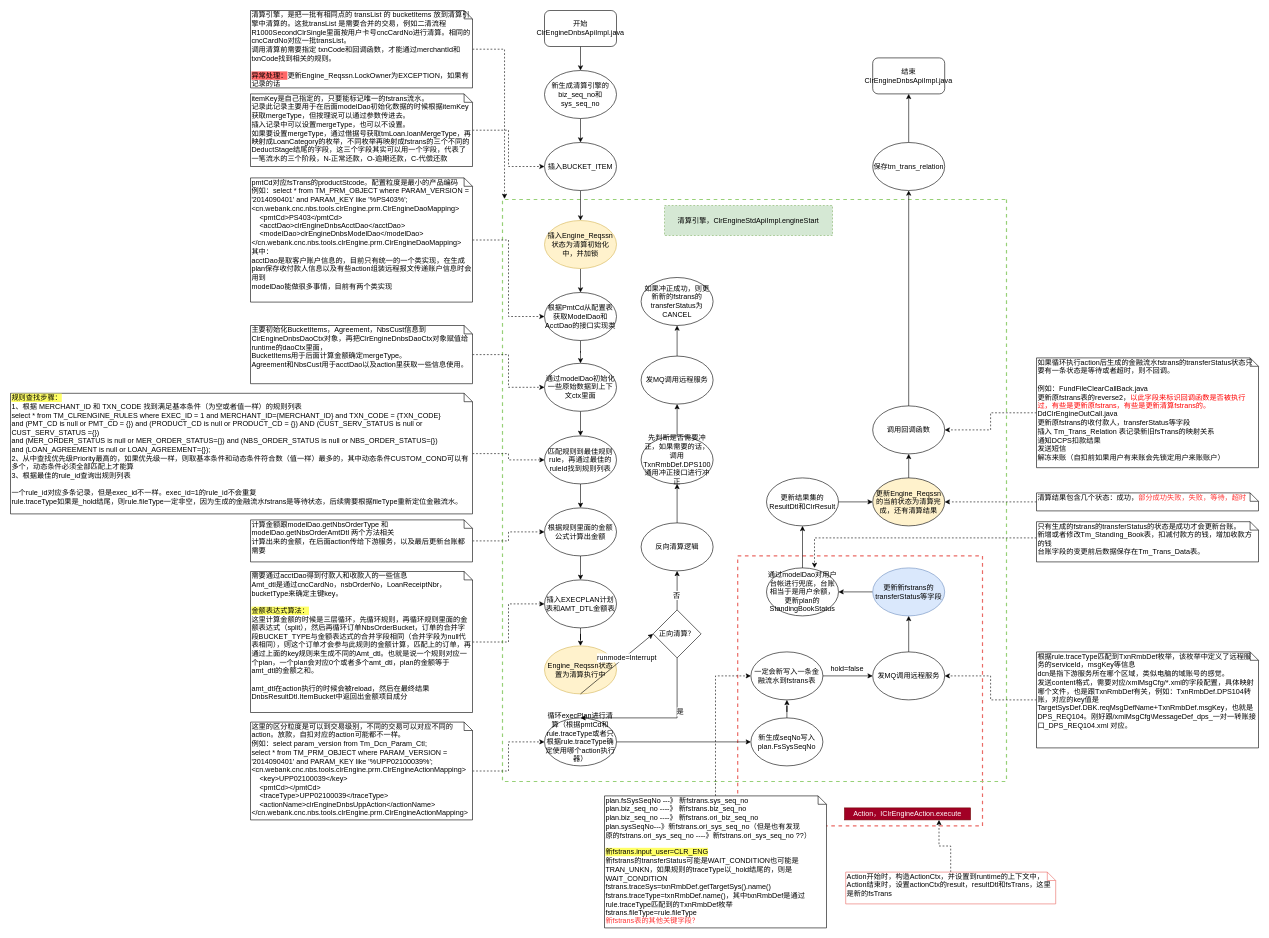
This is 清算引擎.drawio from staconfree/design, a draw.io file, before an edit. Source tidied: cells renumbered, new cells numbered last; positions are measured from the earlier drawing's top-left corner, leaving out a move shared by most shapes. Both pictures are drawn from the tidied source at 60%, with x=0, y=0 at pixel (10, 10).
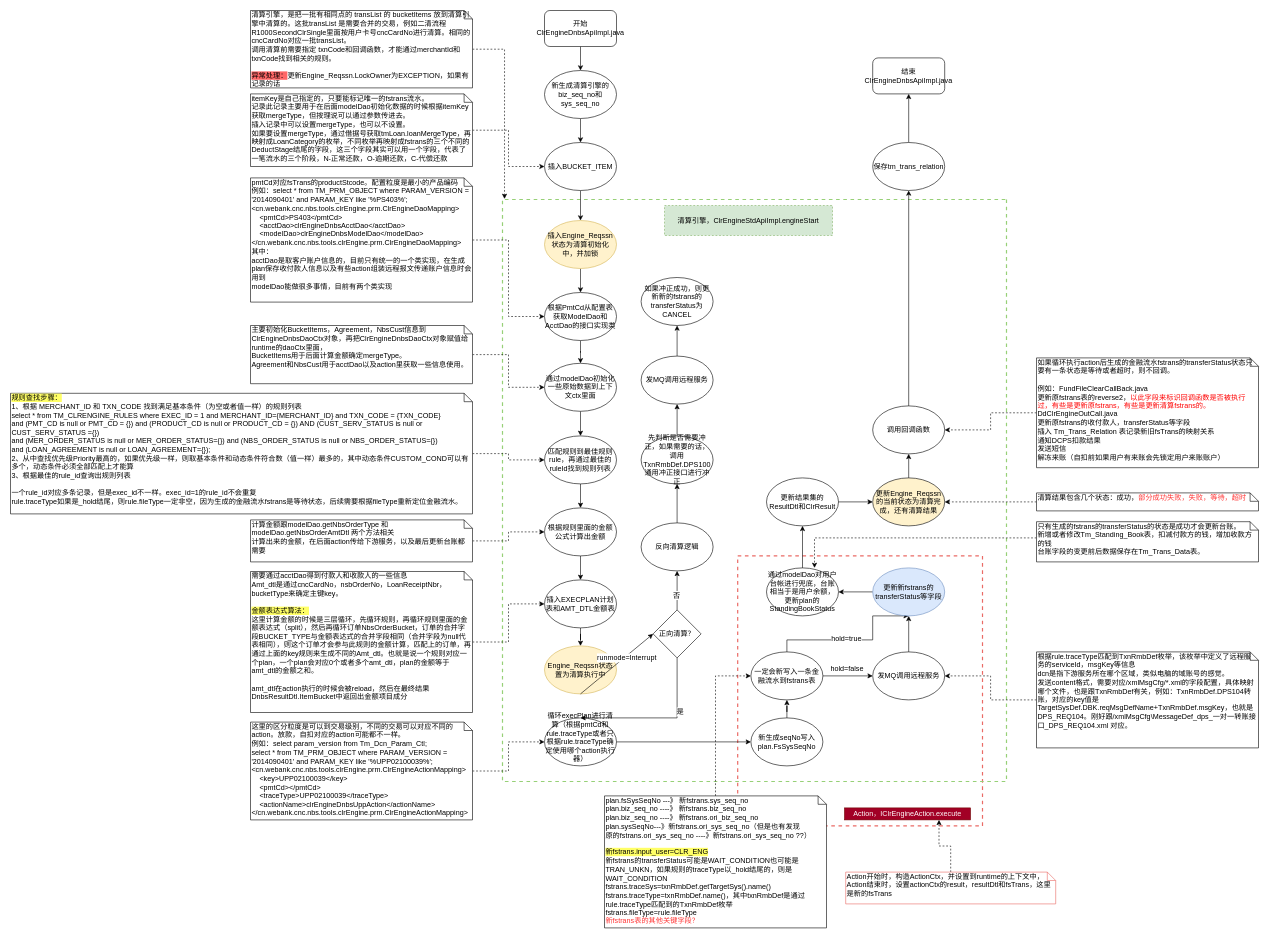
After the change.

Commit message:
更新清算引擎.drawio

Unchanged cells that the change refers to:
```xml
<mxCell id="33" value="一定会新写入一条金融流水到fstrans表" style="ellipse;whiteSpace=wrap;html=1;" parent="1" vertex="1">
  <mxGeometry x="1234" y="1069" width="120" height="80" as="geometry" />
</mxCell>
<mxCell id="39" value="更新新fstrans的transferStatus等字段" style="ellipse;whiteSpace=wrap;html=1;fillColor=#dae8fc;strokeColor=#6c8ebf;" parent="1" vertex="1">
  <mxGeometry x="1437" y="929" width="120" height="80" as="geometry" />
</mxCell>
```

The edit, as a diff of the source:
```diff
@@
+    <mxCell id="89" style="edgeStyle=orthogonalEdgeStyle;rounded=0;jettySize=auto;html=1;entryX=0.5;entryY=1;entryDx=0;entryDy=0;entryPerimeter=0;" parent="1" edge="1" source="33" target="39">
+      <mxGeometry relative="1" as="geometry">
+        <Array as="points">
+          <mxPoint x="1294" y="1049" />
+          <mxPoint x="1437" y="1049" />
+          <mxPoint x="1437" y="1009" />
+        </Array>
+      </mxGeometry>
+    </mxCell>
+    <mxCell id="90" value="hold=true" style="text;html=1;align=center;verticalAlign=middle;labelBackgroundColor=#ffffff;" parent="89" vertex="1">
+      <mxGeometry x="-0.1" y="3" relative="1" as="geometry" />
+    </mxCell>
```
